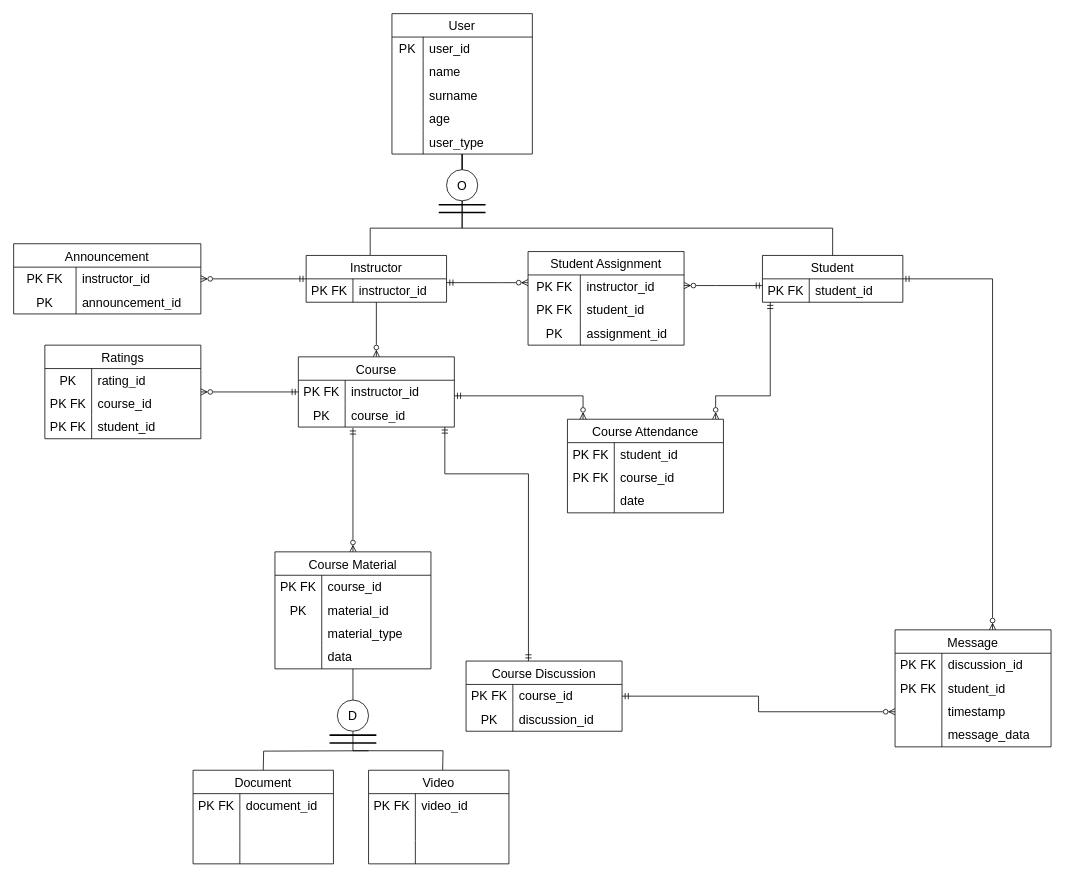
Earlier version of the draw.io diagram Başlıksız Diyagram.drawio (Luieitalian/VTYS). Source tidied: cells renumbered, new cells numbered last; positions are measured from the earlier drawing's top-left corner, leaving out a move shared by most shapes. Both pictures are drawn from the tidied source at 78%, with x=0, y=0 at pixel (13, 13).
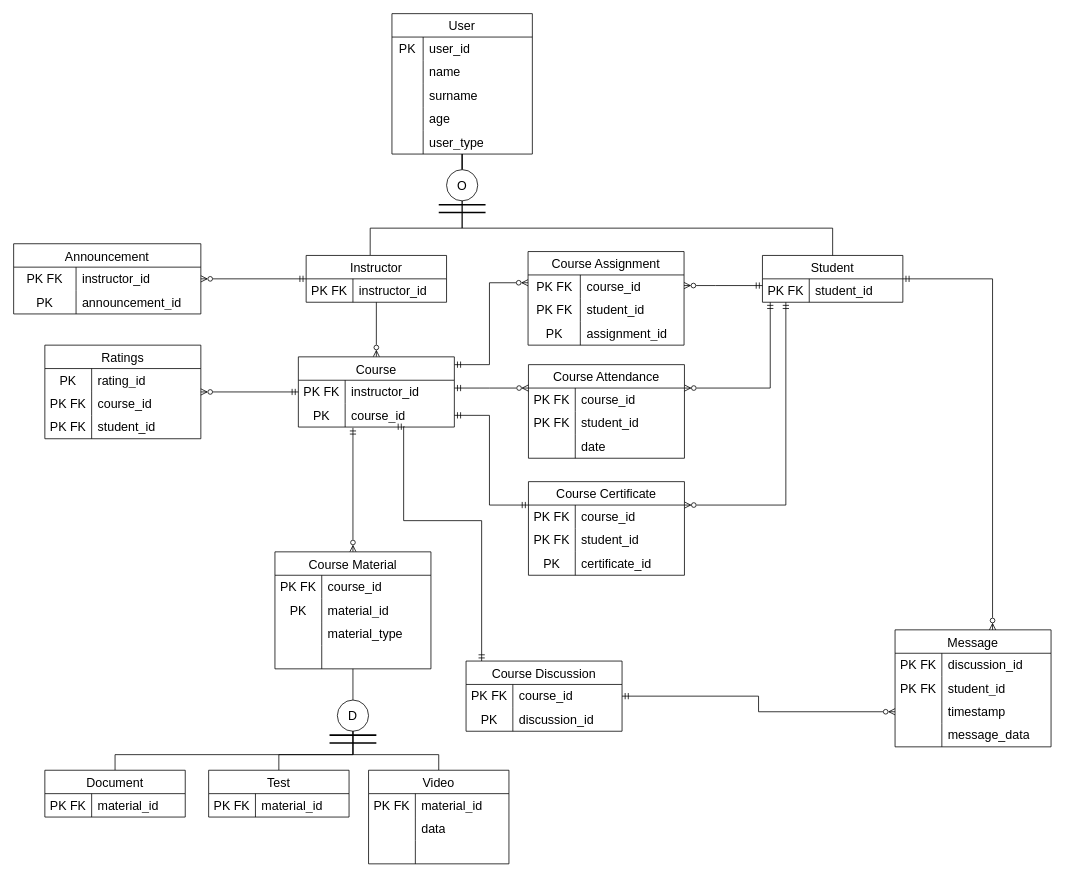
Above is the later version.

The change refers to these unchanged cells:
```xml
<mxCell id="22" style="shape=tableRow;horizontal=0;startSize=0;swimlaneHead=0;swimlaneBody=0;top=0;left=0;bottom=0;right=0;fillColor=none;points=[[0,0.5],[1,0.5]];portConstraint=eastwest;strokeColor=inherit;fontSize=16;" parent="21" vertex="1">
  <mxGeometry y="30" width="180" height="30" as="geometry" />
</mxCell>
<mxCell id="27" value="Student" style="shape=table;startSize=30;childLayout=tableLayout;rowLines=0;fontStyle=0;strokeColor=default;fontSize=16;" parent="1" vertex="1">
  <mxGeometry x="960" y="310" width="180" height="60" as="geometry" />
</mxCell>
<mxCell id="39" value="Course" style="shape=table;startSize=30;childLayout=tableLayout;rowLines=0;fontStyle=0;strokeColor=default;fontSize=16;" parent="1" vertex="1">
  <mxGeometry x="365" y="440" width="200" height="90" as="geometry" />
</mxCell>
<mxCell id="40" style="shape=tableRow;horizontal=0;startSize=0;swimlaneHead=0;swimlaneBody=0;top=0;left=0;bottom=0;right=0;fillColor=none;points=[[0,0.5],[1,0.5]];portConstraint=eastwest;strokeColor=inherit;fontSize=16;" parent="39" vertex="1">
  <mxGeometry y="30" width="200" height="30" as="geometry" />
</mxCell>
<mxCell id="43" style="shape=tableRow;horizontal=0;startSize=0;swimlaneHead=0;swimlaneBody=0;top=0;left=0;bottom=0;right=0;fillColor=none;points=[[0,0.5],[1,0.5]];portConstraint=eastwest;strokeColor=inherit;fontSize=16;" parent="39" vertex="1">
  <mxGeometry y="60" width="200" height="30" as="geometry" />
</mxCell>
<mxCell id="68" style="shape=tableRow;horizontal=0;startSize=0;swimlaneHead=0;swimlaneBody=0;top=0;left=0;bottom=0;right=0;fillColor=none;strokeColor=inherit;fontSize=16;" parent="58" vertex="1">
  <mxGeometry y="120" width="200" height="30" as="geometry" />
</mxCell>
<mxCell id="72" value="D" style="ellipse;whiteSpace=wrap;html=1;fontSize=16;startSize=30;fontStyle=0;" parent="1" vertex="1">
  <mxGeometry x="415" y="880" width="40" height="40" as="geometry" />
</mxCell>
<mxCell id="77" style="shape=tableRow;horizontal=0;startSize=0;swimlaneHead=0;swimlaneBody=0;top=0;left=0;bottom=0;right=0;fillColor=none;strokeColor=inherit;fontSize=16;" parent="76" vertex="1">
  <mxGeometry y="30" width="180" height="30" as="geometry" />
</mxCell>
<mxCell id="86" value="Video" style="shape=table;startSize=30;childLayout=tableLayout;rowLines=0;fontStyle=0;strokeColor=default;fontSize=16;" parent="1" vertex="1">
  <mxGeometry x="455" y="970" width="180" height="120" as="geometry" />
</mxCell>
<mxCell id="87" style="shape=tableRow;horizontal=0;startSize=0;swimlaneHead=0;swimlaneBody=0;top=0;left=0;bottom=0;right=0;fillColor=none;strokeColor=inherit;fontSize=16;" parent="86" vertex="1">
  <mxGeometry y="30" width="180" height="30" as="geometry" />
</mxCell>
<mxCell id="98" value="Course Discussion" style="shape=table;startSize=30;childLayout=tableLayout;rowLines=0;fontStyle=0;strokeColor=default;fontSize=16;" parent="1" vertex="1">
  <mxGeometry x="580" y="830" width="200" height="90" as="geometry" />
</mxCell>
<mxCell id="120" style="shape=tableRow;horizontal=0;startSize=0;swimlaneHead=0;swimlaneBody=0;top=0;left=0;bottom=0;right=0;fillColor=none;strokeColor=inherit;fontSize=16;" parent="119" vertex="1">
  <mxGeometry y="30" width="200" height="30" as="geometry" />
</mxCell>
```

The edit, as a diff of the source:
```diff
@@
-    <mxCell id="19" style="edgeStyle=orthogonalEdgeStyle;jettySize=auto;html=1;strokeColor=default;rounded=0;startArrow=ERmandOne;startFill=0;endArrow=ERzeroToMany;endFill=0;jumpStyle=none;shadow=0;exitX=1.001;exitY=0.162;exitDx=0;exitDy=0;exitPerimeter=0;" parent="1" edge="1" source="22" target="119">
+    <mxCell id="19" style="edgeStyle=orthogonalEdgeStyle;jettySize=auto;html=1;strokeColor=default;rounded=0;startArrow=ERmandOne;startFill=0;endArrow=ERzeroToMany;endFill=0;jumpStyle=none;shadow=0;" parent="1" edge="1" source="39" target="119">
       <mxGeometry relative="1" as="geometry">
         <Array as="points">
-          <mxPoint x="620" y="345" />
-          <mxPoint x="620" y="345" />
+          <mxPoint x="610" y="450" />
+          <mxPoint x="610" y="345" />
         </Array>
       </mxGeometry>
     </mxCell>
@@
     <mxCell id="25" style="edgeStyle=orthogonalEdgeStyle;rounded=0;jettySize=auto;html=1;startArrow=ERmandOne;startFill=0;endArrow=ERzeroToMany;endFill=0;" parent="1" edge="1" source="27" target="46">
       <mxGeometry relative="1" as="geometry">
         <Array as="points">
-          <mxPoint x="970" y="490" />
-          <mxPoint x="900" y="490" />
+          <mxPoint x="970" y="480" />
         </Array>
       </mxGeometry>
     </mxCell>
@@
+    <mxCell id="146" style="edgeStyle=orthogonalEdgeStyle;rounded=0;jettySize=auto;html=1;endArrow=ERzeroToMany;endFill=0;startArrow=ERmandOne;startFill=0;" parent="1" edge="1" source="27" target="155">
+      <mxGeometry relative="1" as="geometry">
+        <Array as="points">
+          <mxPoint x="990" y="630" />
+        </Array>
+      </mxGeometry>
+    </mxCell>
@@
-    <mxCell id="37" style="edgeStyle=orthogonalEdgeStyle;rounded=0;jettySize=auto;html=1;exitX=0.939;exitY=0.993;exitDx=0;exitDy=0;exitPerimeter=0;startArrow=ERmandOne;startFill=0;endArrow=ERmandOne;endFill=0;" parent="1" edge="1" source="43" target="98">
+    <mxCell id="37" style="edgeStyle=orthogonalEdgeStyle;rounded=0;jettySize=auto;html=1;exitX=0.68;exitY=0.983;exitDx=0;exitDy=0;exitPerimeter=0;startArrow=ERmandOne;startFill=0;endArrow=ERmandOne;endFill=0;" parent="1" edge="1" source="43" target="98">
       <mxGeometry relative="1" as="geometry">
         <Array as="points">
-          <mxPoint x="553" y="590" />
-          <mxPoint x="660" y="590" />
+          <mxPoint x="500" y="650" />
+          <mxPoint x="600" y="650" />
         </Array>
       </mxGeometry>
     </mxCell>
@@
     <mxCell id="46" value="Course Attendance" style="shape=table;startSize=30;childLayout=tableLayout;rowLines=0;fontStyle=0;strokeColor=default;fontSize=16;" parent="1" vertex="1">
-      <mxGeometry x="710" y="520" width="200" height="120" as="geometry" />
+      <mxGeometry x="660" y="450" width="200" height="120" as="geometry" />
     </mxCell>
+    <mxCell id="50" style="shape=tableRow;horizontal=0;startSize=0;swimlaneHead=0;swimlaneBody=0;top=0;left=0;bottom=0;right=0;fillColor=none;strokeColor=inherit;fontSize=16;" parent="46" vertex="1">
+      <mxGeometry y="30" width="200" height="30" as="geometry" />
+    </mxCell>
+    <mxCell id="51" value="PK FK" style="shape=partialRectangle;html=1;whiteSpace=wrap;fillColor=none;top=0;left=0;bottom=0;right=0;overflow=hidden;strokeColor=inherit;fontSize=16;" parent="50" vertex="1">
+      <mxGeometry width="60" height="30" as="geometry" />
+    </mxCell>
+    <mxCell id="52" value="course_id" style="shape=partialRectangle;html=1;whiteSpace=wrap;fillColor=none;top=0;left=0;bottom=0;right=0;align=left;spacingLeft=6;overflow=hidden;strokeColor=inherit;fontSize=16;" parent="50" vertex="1">
+      <mxGeometry x="60" width="140" height="30" as="geometry" />
+    </mxCell>
     <mxCell id="47" style="shape=tableRow;horizontal=0;startSize=0;swimlaneHead=0;swimlaneBody=0;top=0;left=0;bottom=0;right=0;fillColor=none;strokeColor=inherit;fontSize=16;" parent="46" vertex="1">
-      <mxGeometry y="30" width="200" height="30" as="geometry" />
+      <mxGeometry y="60" width="200" height="30" as="geometry" />
     </mxCell>
@@
-    <mxCell id="50" style="shape=tableRow;horizontal=0;startSize=0;swimlaneHead=0;swimlaneBody=0;top=0;left=0;bottom=0;right=0;fillColor=none;strokeColor=inherit;fontSize=16;" parent="46" vertex="1">
-      <mxGeometry y="60" width="200" height="30" as="geometry" />
-    </mxCell>
-    <mxCell id="51" value="PK FK" style="shape=partialRectangle;html=1;whiteSpace=wrap;fillColor=none;top=0;left=0;bottom=0;right=0;overflow=hidden;strokeColor=inherit;fontSize=16;" parent="50" vertex="1">
-      <mxGeometry width="60" height="30" as="geometry" />
-    </mxCell>
-    <mxCell id="52" value="course_id" style="shape=partialRectangle;html=1;whiteSpace=wrap;fillColor=none;top=0;left=0;bottom=0;right=0;align=left;spacingLeft=6;overflow=hidden;strokeColor=inherit;fontSize=16;" parent="50" vertex="1">
-      <mxGeometry x="60" width="140" height="30" as="geometry" />
-    </mxCell>
@@
-    <mxCell id="70" value="data" style="shape=partialRectangle;html=1;whiteSpace=wrap;fillColor=none;top=0;left=0;bottom=0;right=0;align=left;spacingLeft=6;overflow=hidden;strokeColor=inherit;fontSize=16;" parent="68" vertex="1">
+    <mxCell id="70" style="shape=partialRectangle;html=1;whiteSpace=wrap;fillColor=none;top=0;left=0;bottom=0;right=0;align=left;spacingLeft=6;overflow=hidden;strokeColor=inherit;fontSize=16;" parent="68" vertex="1">
       <mxGeometry x="60" width="140" height="30" as="geometry" />
     </mxCell>
-    <mxCell id="71" style="edgeStyle=orthogonalEdgeStyle;rounded=0;jettySize=auto;html=1;exitX=0.5;exitY=1;exitDx=0;exitDy=0;endArrow=none;endFill=0;" parent="1" edge="1" source="72">
-      <mxGeometry relative="1" as="geometry">
-        <mxPoint x="550" y="970" as="targetPoint" />
-      </mxGeometry>
-    </mxCell>
@@
-    <mxCell id="75" style="edgeStyle=orthogonalEdgeStyle;rounded=0;orthogonalLoop=1;jettySize=auto;html=1;exitX=0.5;exitY=1;exitDx=0;exitDy=0;endArrow=none;endFill=0;" parent="1" edge="1">
-      <mxGeometry relative="1" as="geometry">
-        <mxPoint x="455" y="945" as="sourcePoint" />
-        <mxPoint x="320" y="970" as="targetPoint" />
-      </mxGeometry>
-    </mxCell>
+    <mxCell id="147" style="edgeStyle=orthogonalEdgeStyle;rounded=0;jettySize=auto;html=1;endArrow=none;endFill=0;" parent="1" edge="1" source="76" target="72">
+      <mxGeometry relative="1" as="geometry">
+        <Array as="points">
+          <mxPoint x="130" y="950" />
+          <mxPoint x="435" y="950" />
+        </Array>
+      </mxGeometry>
+    </mxCell>
     <mxCell id="76" value="Document" style="shape=table;startSize=30;childLayout=tableLayout;rowLines=0;fontStyle=0;strokeColor=default;fontSize=16;" parent="1" vertex="1">
-      <mxGeometry x="230" y="970" width="180" height="120" as="geometry" />
+      <mxGeometry x="40" y="970" width="180" height="60" as="geometry" />
     </mxCell>
@@
-    <mxCell id="79" value="document_id" style="shape=partialRectangle;html=1;whiteSpace=wrap;fillColor=none;top=0;left=0;bottom=0;right=0;align=left;spacingLeft=6;overflow=hidden;strokeColor=inherit;fontSize=16;" parent="77" vertex="1">
+    <mxCell id="79" value="material_id" style="shape=partialRectangle;html=1;whiteSpace=wrap;fillColor=none;top=0;left=0;bottom=0;right=0;align=left;spacingLeft=6;overflow=hidden;strokeColor=inherit;fontSize=16;" parent="77" vertex="1">
       <mxGeometry x="60" width="120" height="30" as="geometry" />
     </mxCell>
-    <mxCell id="80" style="shape=tableRow;horizontal=0;startSize=0;swimlaneHead=0;swimlaneBody=0;top=0;left=0;bottom=0;right=0;fillColor=none;strokeColor=inherit;fontSize=16;" parent="76" vertex="1">
-      <mxGeometry y="60" width="180" height="30" as="geometry" />
-    </mxCell>
-    <mxCell id="81" style="shape=partialRectangle;html=1;whiteSpace=wrap;fillColor=none;top=0;left=0;bottom=0;right=0;overflow=hidden;strokeColor=inherit;fontSize=16;" parent="80" vertex="1">
-      <mxGeometry width="60" height="30" as="geometry" />
-    </mxCell>
-    <mxCell id="82" style="shape=partialRectangle;html=1;whiteSpace=wrap;fillColor=none;top=0;left=0;bottom=0;right=0;align=left;spacingLeft=6;overflow=hidden;strokeColor=inherit;fontSize=16;" parent="80" vertex="1">
-      <mxGeometry x="60" width="120" height="30" as="geometry" />
-    </mxCell>
-    <mxCell id="83" style="shape=tableRow;horizontal=0;startSize=0;swimlaneHead=0;swimlaneBody=0;top=0;left=0;bottom=0;right=0;fillColor=none;strokeColor=inherit;fontSize=16;" parent="76" vertex="1">
-      <mxGeometry y="90" width="180" height="30" as="geometry" />
-    </mxCell>
-    <mxCell id="84" style="shape=partialRectangle;html=1;whiteSpace=wrap;fillColor=none;top=0;left=0;bottom=0;right=0;overflow=hidden;strokeColor=inherit;fontSize=16;" parent="83" vertex="1">
-      <mxGeometry width="60" height="30" as="geometry" />
-    </mxCell>
-    <mxCell id="85" style="shape=partialRectangle;html=1;whiteSpace=wrap;fillColor=none;top=0;left=0;bottom=0;right=0;align=left;spacingLeft=6;overflow=hidden;strokeColor=inherit;fontSize=16;" parent="83" vertex="1">
-      <mxGeometry x="60" width="120" height="30" as="geometry" />
-    </mxCell>
+    <mxCell id="148" style="edgeStyle=orthogonalEdgeStyle;rounded=0;jettySize=auto;html=1;endArrow=none;endFill=0;" parent="1" edge="1" source="86" target="72">
+      <mxGeometry relative="1" as="geometry">
+        <Array as="points">
+          <mxPoint x="545" y="950" />
+          <mxPoint x="435" y="950" />
+        </Array>
+      </mxGeometry>
+    </mxCell>
@@
-    <mxCell id="89" value="video_id" style="shape=partialRectangle;html=1;whiteSpace=wrap;fillColor=none;top=0;left=0;bottom=0;right=0;align=left;spacingLeft=6;overflow=hidden;strokeColor=inherit;fontSize=16;" parent="87" vertex="1">
+    <mxCell id="89" value="material_id" style="shape=partialRectangle;html=1;whiteSpace=wrap;fillColor=none;top=0;left=0;bottom=0;right=0;align=left;spacingLeft=6;overflow=hidden;strokeColor=inherit;fontSize=16;" parent="87" vertex="1">
       <mxGeometry x="60" width="120" height="30" as="geometry" />
     </mxCell>
-    <mxCell id="90" style="shape=tableRow;horizontal=0;startSize=0;swimlaneHead=0;swimlaneBody=0;top=0;left=0;bottom=0;right=0;fillColor=none;strokeColor=inherit;fontSize=16;" parent="86" vertex="1">
-      <mxGeometry y="60" width="180" height="30" as="geometry" />
-    </mxCell>
-    <mxCell id="91" style="shape=partialRectangle;html=1;whiteSpace=wrap;fillColor=none;top=0;left=0;bottom=0;right=0;overflow=hidden;strokeColor=inherit;fontSize=16;" parent="90" vertex="1">
-      <mxGeometry width="60" height="30" as="geometry" />
-    </mxCell>
-    <mxCell id="92" style="shape=partialRectangle;html=1;whiteSpace=wrap;fillColor=none;top=0;left=0;bottom=0;right=0;align=left;spacingLeft=6;overflow=hidden;strokeColor=inherit;fontSize=16;" parent="90" vertex="1">
-      <mxGeometry x="60" width="120" height="30" as="geometry" />
-    </mxCell>
-    <mxCell id="93" style="shape=tableRow;horizontal=0;startSize=0;swimlaneHead=0;swimlaneBody=0;top=0;left=0;bottom=0;right=0;fillColor=none;strokeColor=inherit;fontSize=16;" parent="86" vertex="1">
-      <mxGeometry y="90" width="180" height="30" as="geometry" />
-    </mxCell>
-    <mxCell id="94" style="shape=partialRectangle;html=1;whiteSpace=wrap;fillColor=none;top=0;left=0;bottom=0;right=0;overflow=hidden;strokeColor=inherit;fontSize=16;" parent="93" vertex="1">
-      <mxGeometry width="60" height="30" as="geometry" />
-    </mxCell>
-    <mxCell id="95" style="shape=partialRectangle;html=1;whiteSpace=wrap;fillColor=none;top=0;left=0;bottom=0;right=0;align=left;spacingLeft=6;overflow=hidden;strokeColor=inherit;fontSize=16;" parent="93" vertex="1">
-      <mxGeometry x="60" width="120" height="30" as="geometry" />
-    </mxCell>
+    <mxCell id="149" style="shape=tableRow;horizontal=0;startSize=0;swimlaneHead=0;swimlaneBody=0;top=0;left=0;bottom=0;right=0;fillColor=none;strokeColor=inherit;fontSize=16;" parent="86" vertex="1">
+      <mxGeometry y="60" width="180" height="30" as="geometry" />
+    </mxCell>
+    <mxCell id="150" style="shape=partialRectangle;html=1;whiteSpace=wrap;fillColor=none;top=0;left=0;bottom=0;right=0;overflow=hidden;strokeColor=inherit;fontSize=16;" parent="149" vertex="1">
+      <mxGeometry width="60" height="30" as="geometry" />
+    </mxCell>
+    <mxCell id="151" value="data" style="shape=partialRectangle;html=1;whiteSpace=wrap;fillColor=none;top=0;left=0;bottom=0;right=0;align=left;spacingLeft=6;overflow=hidden;strokeColor=inherit;fontSize=16;" parent="149" vertex="1">
+      <mxGeometry x="60" width="120" height="30" as="geometry" />
+    </mxCell>
+    <mxCell id="152" style="shape=tableRow;horizontal=0;startSize=0;swimlaneHead=0;swimlaneBody=0;top=0;left=0;bottom=0;right=0;fillColor=none;strokeColor=inherit;fontSize=16;" parent="86" vertex="1">
+      <mxGeometry y="90" width="180" height="30" as="geometry" />
+    </mxCell>
+    <mxCell id="153" style="shape=partialRectangle;html=1;whiteSpace=wrap;fillColor=none;top=0;left=0;bottom=0;right=0;overflow=hidden;strokeColor=inherit;fontSize=16;" parent="152" vertex="1">
+      <mxGeometry width="60" height="30" as="geometry" />
+    </mxCell>
+    <mxCell id="154" style="shape=partialRectangle;html=1;whiteSpace=wrap;fillColor=none;top=0;left=0;bottom=0;right=0;align=left;spacingLeft=6;overflow=hidden;strokeColor=inherit;fontSize=16;" parent="152" vertex="1">
+      <mxGeometry x="60" width="120" height="30" as="geometry" />
+    </mxCell>
     <mxCell id="96" style="edgeStyle=orthogonalEdgeStyle;rounded=0;jettySize=auto;html=1;startArrow=ERmandOne;startFill=0;endArrow=ERzeroToMany;endFill=0;" parent="1" edge="1" source="40" target="46">
       <mxGeometry relative="1" as="geometry">
         <Array as="points">
-          <mxPoint x="730" y="490" />
+          <mxPoint x="610" y="480" />
+          <mxPoint x="610" y="480" />
         </Array>
       </mxGeometry>
     </mxCell>
@@
-    <mxCell id="119" value="Student Assignment" style="shape=table;startSize=30;childLayout=tableLayout;rowLines=0;fontStyle=0;strokeColor=default;fontSize=16;" parent="1" vertex="1">
+    <mxCell id="119" value="Course Assignment" style="shape=table;startSize=30;childLayout=tableLayout;rowLines=0;fontStyle=0;strokeColor=default;fontSize=16;" parent="1" vertex="1">
       <mxGeometry x="659.5" y="305" width="200" height="120" as="geometry" />
     </mxCell>
@@
-    <mxCell id="122" value="instructor_id" style="shape=partialRectangle;html=1;whiteSpace=wrap;fillColor=none;top=0;left=0;bottom=0;right=0;align=left;spacingLeft=6;overflow=hidden;strokeColor=inherit;fontSize=16;" parent="120" vertex="1">
+    <mxCell id="122" value="course_id" style="shape=partialRectangle;html=1;whiteSpace=wrap;fillColor=none;top=0;left=0;bottom=0;right=0;align=left;spacingLeft=6;overflow=hidden;strokeColor=inherit;fontSize=16;" parent="120" vertex="1">
       <mxGeometry x="67" width="133" height="30" as="geometry" />
     </mxCell>
@@
+    <mxCell id="155" value="Course Certificate" style="shape=table;startSize=30;childLayout=tableLayout;rowLines=0;fontStyle=0;strokeColor=default;fontSize=16;" parent="1" vertex="1">
+      <mxGeometry x="660" y="600" width="200" height="120" as="geometry" />
+    </mxCell>
+    <mxCell id="156" style="shape=tableRow;horizontal=0;startSize=0;swimlaneHead=0;swimlaneBody=0;top=0;left=0;bottom=0;right=0;fillColor=none;strokeColor=inherit;fontSize=16;" parent="155" vertex="1">
+      <mxGeometry y="30" width="200" height="30" as="geometry" />
+    </mxCell>
+    <mxCell id="157" value="PK FK" style="shape=partialRectangle;html=1;whiteSpace=wrap;fillColor=none;top=0;left=0;bottom=0;right=0;overflow=hidden;strokeColor=inherit;fontSize=16;" parent="156" vertex="1">
+      <mxGeometry width="60" height="30" as="geometry" />
+    </mxCell>
+    <mxCell id="158" value="course_id" style="shape=partialRectangle;html=1;whiteSpace=wrap;fillColor=none;top=0;left=0;bottom=0;right=0;align=left;spacingLeft=6;overflow=hidden;strokeColor=inherit;fontSize=16;" parent="156" vertex="1">
+      <mxGeometry x="60" width="140" height="30" as="geometry" />
+    </mxCell>
+    <mxCell id="159" style="shape=tableRow;horizontal=0;startSize=0;swimlaneHead=0;swimlaneBody=0;top=0;left=0;bottom=0;right=0;fillColor=none;strokeColor=inherit;fontSize=16;" parent="155" vertex="1">
+      <mxGeometry y="60" width="200" height="30" as="geometry" />
+    </mxCell>
+    <mxCell id="160" value="PK FK" style="shape=partialRectangle;html=1;whiteSpace=wrap;fillColor=none;top=0;left=0;bottom=0;right=0;overflow=hidden;strokeColor=inherit;fontSize=16;" parent="159" vertex="1">
+      <mxGeometry width="60" height="30" as="geometry" />
+    </mxCell>
+    <mxCell id="161" value="student_id" style="shape=partialRectangle;html=1;whiteSpace=wrap;fillColor=none;top=0;left=0;bottom=0;right=0;align=left;spacingLeft=6;overflow=hidden;strokeColor=inherit;fontSize=16;" parent="159" vertex="1">
+      <mxGeometry x="60" width="140" height="30" as="geometry" />
+    </mxCell>
+    <mxCell id="162" style="shape=tableRow;horizontal=0;startSize=0;swimlaneHead=0;swimlaneBody=0;top=0;left=0;bottom=0;right=0;fillColor=none;strokeColor=inherit;fontSize=16;" parent="155" vertex="1">
+      <mxGeometry y="90" width="200" height="30" as="geometry" />
+    </mxCell>
+    <mxCell id="163" value="PK" style="shape=partialRectangle;html=1;whiteSpace=wrap;fillColor=none;top=0;left=0;bottom=0;right=0;overflow=hidden;strokeColor=inherit;fontSize=16;" parent="162" vertex="1">
+      <mxGeometry width="60" height="30" as="geometry" />
+    </mxCell>
+    <mxCell id="164" value="certificate_id" style="shape=partialRectangle;html=1;whiteSpace=wrap;fillColor=none;top=0;left=0;bottom=0;right=0;align=left;spacingLeft=6;overflow=hidden;strokeColor=inherit;fontSize=16;" parent="162" vertex="1">
+      <mxGeometry x="60" width="140" height="30" as="geometry" />
+    </mxCell>
+    <mxCell id="165" style="edgeStyle=orthogonalEdgeStyle;rounded=0;jettySize=auto;html=1;startArrow=ERmandOne;startFill=0;endArrow=ERmandOne;endFill=0;" parent="1" edge="1" source="43" target="155">
+      <mxGeometry relative="1" as="geometry">
+        <Array as="points">
+          <mxPoint x="610" y="515" />
+          <mxPoint x="610" y="630" />
+        </Array>
+      </mxGeometry>
+    </mxCell>
+    <mxCell id="166" style="edgeStyle=orthogonalEdgeStyle;rounded=0;jettySize=auto;html=1;endArrow=none;endFill=0;" parent="1" edge="1" source="167" target="72">
+      <mxGeometry relative="1" as="geometry">
+        <Array as="points">
+          <mxPoint x="340" y="950" />
+          <mxPoint x="435" y="950" />
+        </Array>
+      </mxGeometry>
+    </mxCell>
+    <mxCell id="167" value="Test" style="shape=table;startSize=30;childLayout=tableLayout;rowLines=0;fontStyle=0;strokeColor=default;fontSize=16;" parent="1" vertex="1">
+      <mxGeometry x="250" y="970" width="180" height="60" as="geometry" />
+    </mxCell>
+    <mxCell id="168" style="shape=tableRow;horizontal=0;startSize=0;swimlaneHead=0;swimlaneBody=0;top=0;left=0;bottom=0;right=0;fillColor=none;strokeColor=inherit;fontSize=16;" parent="167" vertex="1">
+      <mxGeometry y="30" width="180" height="30" as="geometry" />
+    </mxCell>
+    <mxCell id="169" value="PK FK" style="shape=partialRectangle;html=1;whiteSpace=wrap;fillColor=none;top=0;left=0;bottom=0;right=0;overflow=hidden;strokeColor=inherit;fontSize=16;" parent="168" vertex="1">
+      <mxGeometry width="60" height="30" as="geometry" />
+    </mxCell>
+    <mxCell id="170" value="material_id" style="shape=partialRectangle;html=1;whiteSpace=wrap;fillColor=none;top=0;left=0;bottom=0;right=0;align=left;spacingLeft=6;overflow=hidden;strokeColor=inherit;fontSize=16;" parent="168" vertex="1">
+      <mxGeometry x="60" width="120" height="30" as="geometry" />
+    </mxCell>
```
